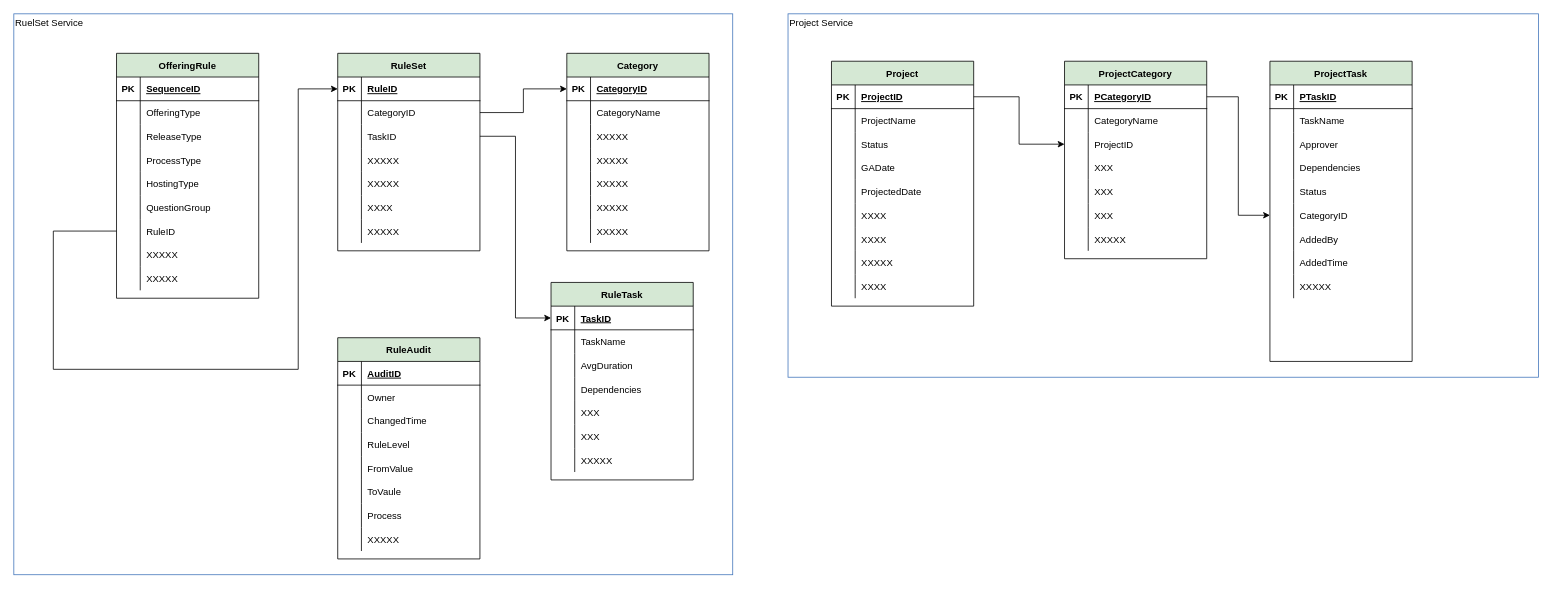
The draw.io diagram page "Data Model" (4 of 4) of oasis-architecture.drawio in JackZhao2517/drawio_folder, before the edit. Source tidied: cells renumbered, new cells numbered last; positions are measured from the earlier drawing's top-left corner, leaving out a move shared by most shapes. Both pictures are drawn from the tidied source at 79%, with x=0, y=0 at pixel (13, 13).
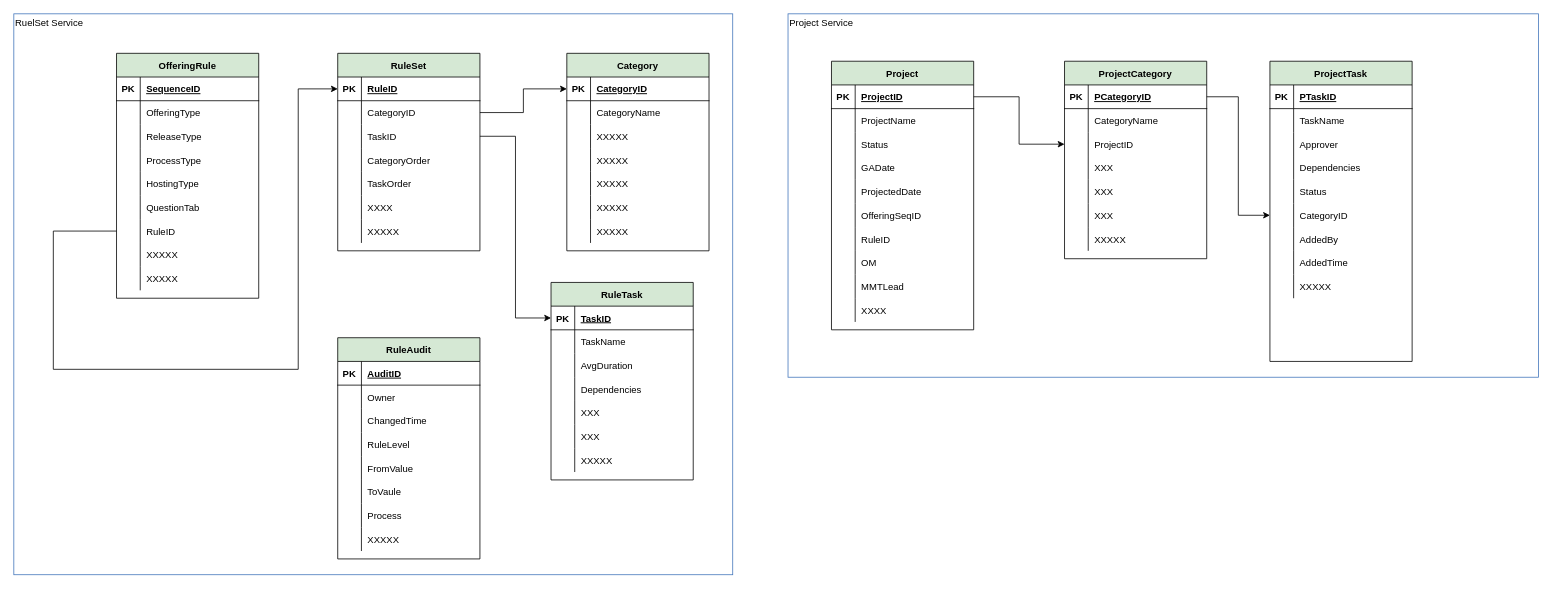
The same page after the edit.

Unchanged cells that the change refers to:
```xml
<mxCell id="88" style="shape=partialRectangle;fillColor=none;top=0;left=0;bottom=0;right=0;" parent="72" vertex="1">
  <mxGeometry y="180" width="180" height="30" as="geometry" />
</mxCell>
<mxCell id="110" style="shape=partialRectangle;fillColor=none;top=0;left=0;bottom=0;right=0;" parent="100" vertex="1">
  <mxGeometry y="120" width="180" height="30" as="geometry" />
</mxCell>
<mxCell id="113" style="shape=partialRectangle;fillColor=none;top=0;left=0;bottom=0;right=0;" parent="100" vertex="1">
  <mxGeometry y="150" width="180" height="30" as="geometry" />
</mxCell>
<mxCell id="123" value="&lt;div align=&quot;left&quot;&gt;Project Service&lt;/div&gt;" style="fontStyle=0;verticalAlign=top;align=left;spacingTop=-2;fillColor=none;rounded=0;whiteSpace=wrap;html=1;strokeColor=#4376BB;strokeWidth=1;dashed=0;" parent="1" vertex="1">
  <mxGeometry x="980" width="950" height="460" as="geometry" />
</mxCell>
<mxCell id="140" style="shape=partialRectangle;fillColor=none;top=0;left=0;bottom=0;right=0;" parent="124" vertex="1">
  <mxGeometry y="180" width="180" height="30" as="geometry" />
</mxCell>
<mxCell id="143" style="shape=partialRectangle;fillColor=none;top=0;left=0;bottom=0;right=0;" parent="124" vertex="1">
  <mxGeometry y="210" width="180" height="30" as="geometry" />
</mxCell>
<mxCell id="146" style="shape=partialRectangle;fillColor=none;top=0;left=0;bottom=0;right=0;" parent="124" vertex="1">
  <mxGeometry y="240" width="180" height="30" as="geometry" />
</mxCell>
<mxCell id="149" style="shape=partialRectangle;fillColor=none;top=0;left=0;bottom=0;right=0;" parent="124" vertex="1">
  <mxGeometry y="270" width="180" height="30" as="geometry" />
</mxCell>
```

Change to the diagram source:
```diff
@@
-    <mxCell id="90" value="QuestionGroup" style="shape=partialRectangle;fillColor=none;top=0;left=0;bottom=0;right=0;align=left;spacingLeft=6;overflow=hidden;" parent="88" vertex="1">
+    <mxCell id="90" value="QuestionTab" style="shape=partialRectangle;fillColor=none;top=0;left=0;bottom=0;right=0;align=left;spacingLeft=6;overflow=hidden;" parent="88" vertex="1">
       <mxGeometry x="30" width="150" height="30" as="geometry" />
     </mxCell>
@@
-    <mxCell id="112" value="XXXXX" style="shape=partialRectangle;fillColor=none;top=0;left=0;bottom=0;right=0;align=left;spacingLeft=6;overflow=hidden;" parent="110" vertex="1">
+    <mxCell id="112" value="CategoryOrder" style="shape=partialRectangle;fillColor=none;top=0;left=0;bottom=0;right=0;align=left;spacingLeft=6;overflow=hidden;" parent="110" vertex="1">
       <mxGeometry x="30" width="150" height="30" as="geometry" />
     </mxCell>
@@
-    <mxCell id="115" value="XXXXX" style="shape=partialRectangle;fillColor=none;top=0;left=0;bottom=0;right=0;align=left;spacingLeft=6;overflow=hidden;" parent="113" vertex="1">
+    <mxCell id="115" value="TaskOrder" style="shape=partialRectangle;fillColor=none;top=0;left=0;bottom=0;right=0;align=left;spacingLeft=6;overflow=hidden;" parent="113" vertex="1">
       <mxGeometry x="30" width="150" height="30" as="geometry" />
     </mxCell>
@@
     <mxCell id="124" value="Project" style="shape=table;startSize=30;childLayout=tableLayout;rowLines=0;fontStyle=1;align=center;fillColor=#D5E8D4;" parent="123" vertex="1">
-      <mxGeometry x="55" y="60" width="180" height="310" as="geometry" />
+      <mxGeometry x="55" y="60" width="180" height="340" as="geometry" />
     </mxCell>
@@
-    <mxCell id="142" value="XXXX" style="shape=partialRectangle;fillColor=none;top=0;left=0;bottom=0;right=0;align=left;spacingLeft=6;overflow=hidden;" parent="140" vertex="1">
+    <mxCell id="142" value="OfferingSeqID" style="shape=partialRectangle;fillColor=none;top=0;left=0;bottom=0;right=0;align=left;spacingLeft=6;overflow=hidden;" parent="140" vertex="1">
       <mxGeometry x="30" width="150" height="30" as="geometry" />
     </mxCell>
@@
-    <mxCell id="145" value="XXXX" style="shape=partialRectangle;fillColor=none;top=0;left=0;bottom=0;right=0;align=left;spacingLeft=6;overflow=hidden;" parent="143" vertex="1">
+    <mxCell id="145" value="RuleID" style="shape=partialRectangle;fillColor=none;top=0;left=0;bottom=0;right=0;align=left;spacingLeft=6;overflow=hidden;" parent="143" vertex="1">
       <mxGeometry x="30" width="150" height="30" as="geometry" />
     </mxCell>
@@
-    <mxCell id="148" value="XXXXX" style="shape=partialRectangle;fillColor=none;top=0;left=0;bottom=0;right=0;align=left;spacingLeft=6;overflow=hidden;" parent="146" vertex="1">
+    <mxCell id="148" value="OM" style="shape=partialRectangle;fillColor=none;top=0;left=0;bottom=0;right=0;align=left;spacingLeft=6;overflow=hidden;" parent="146" vertex="1">
       <mxGeometry x="30" width="150" height="30" as="geometry" />
     </mxCell>
@@
-    <mxCell id="151" value="XXXX" style="shape=partialRectangle;fillColor=none;top=0;left=0;bottom=0;right=0;align=left;spacingLeft=6;overflow=hidden;" parent="149" vertex="1">
+    <mxCell id="151" value="MMTLead" style="shape=partialRectangle;fillColor=none;top=0;left=0;bottom=0;right=0;align=left;spacingLeft=6;overflow=hidden;" parent="149" vertex="1">
       <mxGeometry x="30" width="150" height="30" as="geometry" />
     </mxCell>
+    <mxCell id="206" style="shape=partialRectangle;fillColor=none;top=0;left=0;bottom=0;right=0;" parent="124" vertex="1">
+      <mxGeometry y="300" width="180" height="30" as="geometry" />
+    </mxCell>
+    <mxCell id="207" style="shape=partialRectangle;fillColor=none;top=0;left=0;bottom=0;right=0;overflow=hidden;" parent="206" vertex="1">
+      <mxGeometry width="30" height="30" as="geometry" />
+    </mxCell>
+    <mxCell id="208" value="XXXX" style="shape=partialRectangle;fillColor=none;top=0;left=0;bottom=0;right=0;align=left;spacingLeft=6;overflow=hidden;" parent="206" vertex="1">
+      <mxGeometry x="30" width="150" height="30" as="geometry" />
+    </mxCell>
```
